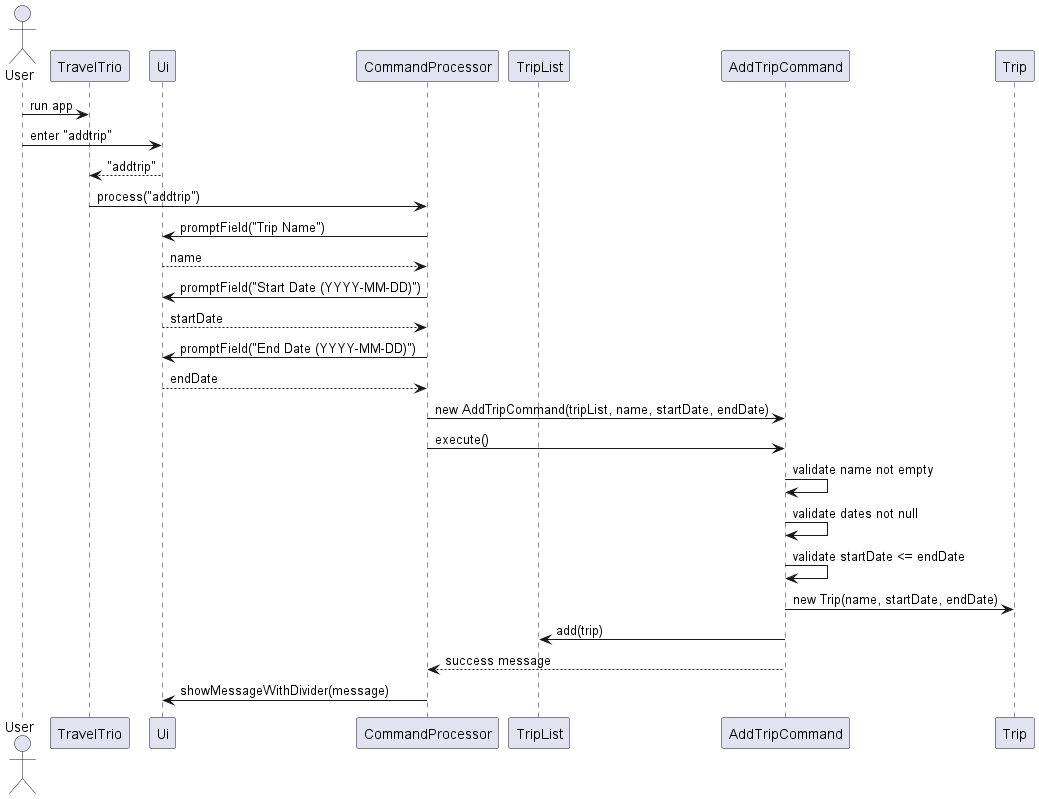
5iu5/tp keeps this PlantUML diagram as docs/diagrams/AddTripSequenceDiagram.png. Above is the earlier version.
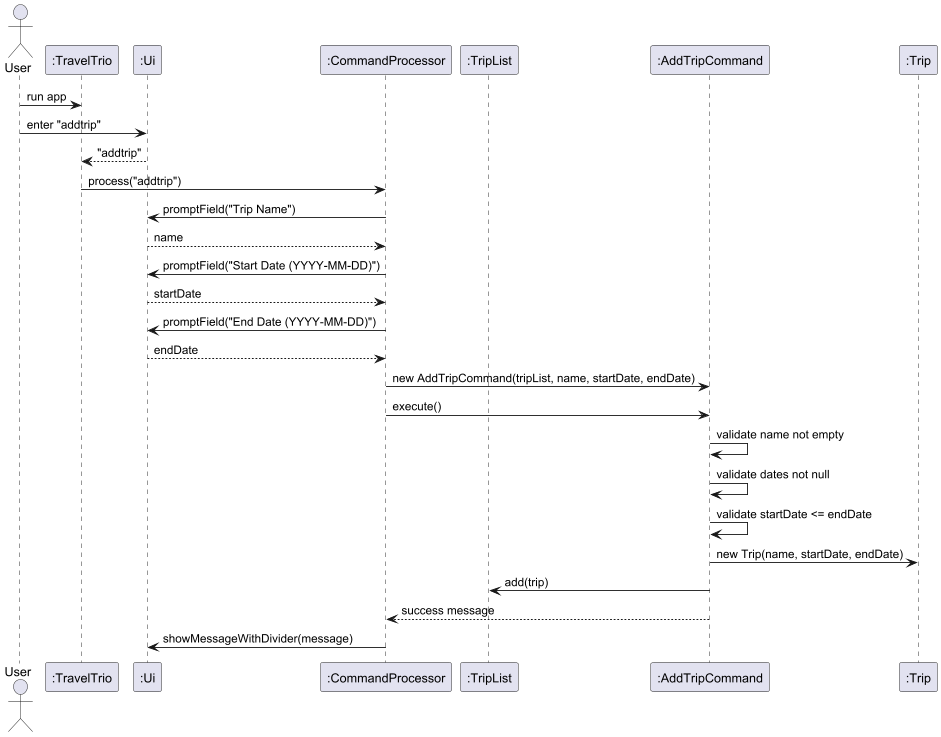
The same file after the commit.

What changed in the source:
```diff
@@ -1,11 +1,11 @@
 @startuml
 actor User
-participant TravelTrio
-participant Ui
-participant CommandProcessor
-participant TripList
-participant AddTripCommand
-participant Trip
+participant ":TravelTrio" as TravelTrio
+participant ":Ui" as Ui
+participant ":CommandProcessor" as CommandProcessor
+participant ":TripList" as TripList
+participant ":AddTripCommand" as AddTripCommand
+participant ":Trip" as Trip
 
 User -> TravelTrio : run app
 User -> Ui : enter "addtrip"
```
